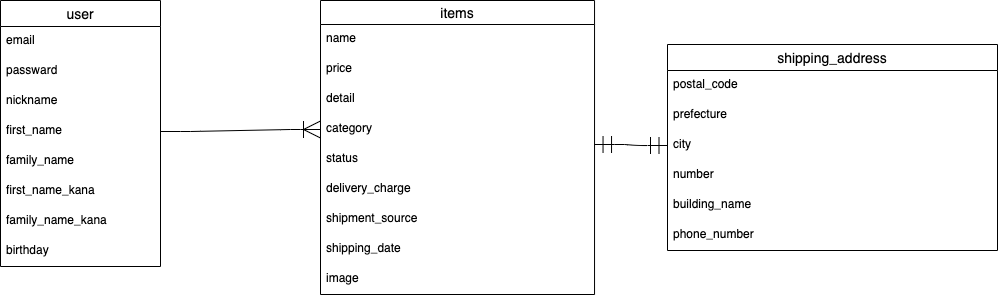
neeee22/furima-35953 keeps this draw.io diagram as entity.dio.png. Above is the earlier version. Source tidied: cells renumbered, new cells last; positions are measured from the earlier drawing's top-left corner, leaving out a move shared by most shapes. Source of this version:
```xml
<mxGraphModel>
  <root>
    <mxCell id="0" />
    <mxCell id="1" parent="0" />
    <mxCell id="2" value="user" style="swimlane;fontStyle=0;horizontal=1;startSize=26;align=center;fontSize=14;" parent="1" vertex="1">
      <mxGeometry width="160" height="266" as="geometry" />
    </mxCell>
    <mxCell id="3" value="email" style="text;strokeColor=none;fillColor=none;spacingLeft=4;spacingRight=4;overflow=hidden;fontSize=12;" parent="2" vertex="1">
      <mxGeometry y="26" width="160" height="30" as="geometry" />
    </mxCell>
    <mxCell id="4" value="passward" style="text;strokeColor=none;fillColor=none;spacingLeft=4;spacingRight=4;overflow=hidden;fontSize=12;" parent="2" vertex="1">
      <mxGeometry y="56" width="160" height="30" as="geometry" />
    </mxCell>
    <mxCell id="5" value="nickname" style="text;strokeColor=none;fillColor=none;spacingLeft=4;spacingRight=4;overflow=hidden;fontSize=12;" parent="2" vertex="1">
      <mxGeometry y="86" width="160" height="30" as="geometry" />
    </mxCell>
    <mxCell id="6" value="first_name" style="text;strokeColor=none;fillColor=none;spacingLeft=4;spacingRight=4;overflow=hidden;points=[[0,0.5],[1,0.5]];portConstraint=eastwest;fontSize=12;" parent="2" vertex="1">
      <mxGeometry y="116" width="160" height="30" as="geometry" />
    </mxCell>
    <mxCell id="7" value="family_name" style="text;strokeColor=none;fillColor=none;spacingLeft=4;spacingRight=4;overflow=hidden;fontSize=12;" parent="2" vertex="1">
      <mxGeometry y="146" width="160" height="30" as="geometry" />
    </mxCell>
    <mxCell id="8" value="first_name_kana" style="text;strokeColor=none;fillColor=none;spacingLeft=4;spacingRight=4;overflow=hidden;fontSize=12;" parent="2" vertex="1">
      <mxGeometry y="176" width="160" height="30" as="geometry" />
    </mxCell>
    <mxCell id="9" value="family_name_kana" style="text;strokeColor=none;fillColor=none;spacingLeft=4;spacingRight=4;overflow=hidden;fontSize=12;" parent="2" vertex="1">
      <mxGeometry y="206" width="160" height="30" as="geometry" />
    </mxCell>
    <mxCell id="10" value="birthday" style="text;strokeColor=none;fillColor=none;spacingLeft=4;spacingRight=4;overflow=hidden;fontSize=12;" parent="2" vertex="1">
      <mxGeometry y="236" width="160" height="30" as="geometry" />
    </mxCell>
    <mxCell id="11" value="items" style="swimlane;fontStyle=0;horizontal=1;startSize=24;align=center;fontSize=14;" parent="1" vertex="1">
      <mxGeometry x="320" width="274" height="294" as="geometry" />
    </mxCell>
    <mxCell id="12" value="name" style="text;strokeColor=none;fillColor=none;spacingLeft=4;spacingRight=4;overflow=hidden;fontSize=12;" parent="11" vertex="1">
      <mxGeometry y="24" width="274" height="30" as="geometry" />
    </mxCell>
    <mxCell id="13" value="price" style="text;strokeColor=none;fillColor=none;spacingLeft=4;spacingRight=4;overflow=hidden;fontSize=12;" parent="11" vertex="1">
      <mxGeometry y="54" width="274" height="30" as="geometry" />
    </mxCell>
    <mxCell id="14" value="detail" style="text;strokeColor=none;fillColor=none;spacingLeft=4;spacingRight=4;overflow=hidden;fontSize=12;" parent="11" vertex="1">
      <mxGeometry y="84" width="274" height="30" as="geometry" />
    </mxCell>
    <mxCell id="15" value="category" style="text;strokeColor=none;fillColor=none;spacingLeft=4;spacingRight=4;overflow=hidden;points=[[0,0.5],[1,0.5]];portConstraint=eastwest;fontSize=12;" parent="11" vertex="1">
      <mxGeometry y="114" width="274" height="30" as="geometry" />
    </mxCell>
    <mxCell id="16" value="status" style="text;strokeColor=none;fillColor=none;spacingLeft=4;spacingRight=4;overflow=hidden;points=[[0,0.5],[1,0.5]];portConstraint=eastwest;fontSize=12;" parent="11" vertex="1">
      <mxGeometry y="144" width="274" height="30" as="geometry" />
    </mxCell>
    <mxCell id="17" value="delivery_charge" style="text;strokeColor=none;fillColor=none;spacingLeft=4;spacingRight=4;overflow=hidden;fontSize=12;" parent="11" vertex="1">
      <mxGeometry y="174" width="274" height="30" as="geometry" />
    </mxCell>
    <mxCell id="18" value="shipment_source" style="text;strokeColor=none;fillColor=none;spacingLeft=4;spacingRight=4;overflow=hidden;fontSize=12;" parent="11" vertex="1">
      <mxGeometry y="204" width="274" height="30" as="geometry" />
    </mxCell>
    <mxCell id="19" value="shipping_date" style="text;strokeColor=none;fillColor=none;spacingLeft=4;spacingRight=4;overflow=hidden;fontSize=12;" parent="11" vertex="1">
      <mxGeometry y="234" width="274" height="30" as="geometry" />
    </mxCell>
    <mxCell id="20" value="image" style="text;strokeColor=none;fillColor=none;spacingLeft=4;spacingRight=4;overflow=hidden;fontSize=12;" parent="11" vertex="1">
      <mxGeometry y="264" width="274" height="30" as="geometry" />
    </mxCell>
    <mxCell id="21" value="shipping_address" style="swimlane;fontStyle=0;horizontal=1;startSize=26;align=center;fontSize=14;" parent="1" vertex="1">
      <mxGeometry x="667" y="44" width="330" height="206" as="geometry" />
    </mxCell>
    <mxCell id="22" value="postal_code" style="text;strokeColor=none;fillColor=none;spacingLeft=4;spacingRight=4;overflow=hidden;fontSize=12;" parent="21" vertex="1">
      <mxGeometry y="26" width="330" height="30" as="geometry" />
    </mxCell>
    <mxCell id="23" value="prefecture" style="text;strokeColor=none;fillColor=none;spacingLeft=4;spacingRight=4;overflow=hidden;fontSize=12;" parent="21" vertex="1">
      <mxGeometry y="56" width="330" height="30" as="geometry" />
    </mxCell>
    <mxCell id="24" value="city" style="text;strokeColor=none;fillColor=none;spacingLeft=4;spacingRight=4;overflow=hidden;points=[[0,0.5],[1,0.5]];portConstraint=eastwest;fontSize=12;" parent="21" vertex="1">
      <mxGeometry y="86" width="330" height="30" as="geometry" />
    </mxCell>
    <mxCell id="25" value="number" style="text;strokeColor=none;fillColor=none;spacingLeft=4;spacingRight=4;overflow=hidden;fontSize=12;" parent="21" vertex="1">
      <mxGeometry y="116" width="330" height="30" as="geometry" />
    </mxCell>
    <mxCell id="26" value="building_name" style="text;strokeColor=none;fillColor=none;spacingLeft=4;spacingRight=4;overflow=hidden;fontSize=12;" parent="21" vertex="1">
      <mxGeometry y="146" width="330" height="30" as="geometry" />
    </mxCell>
    <mxCell id="27" value="phone_number" style="text;strokeColor=none;fillColor=none;spacingLeft=4;spacingRight=4;overflow=hidden;fontSize=12;" parent="21" vertex="1">
      <mxGeometry y="176" width="330" height="30" as="geometry" />
    </mxCell>
    <mxCell id="28" style="edgeStyle=entityRelationEdgeStyle;fontSize=12;html=1;endArrow=ERoneToMany;startSize=15;endSize=15;targetPerimeterSpacing=0;strokeWidth=1;exitX=1;exitY=0.5;exitDx=0;exitDy=0;entryX=0;entryY=0.5;entryDx=0;entryDy=0;jumpSize=6;" parent="1" edge="1" source="6" target="15">
      <mxGeometry relative="1" as="geometry" />
    </mxCell>
    <mxCell id="29" style="edgeStyle=entityRelationEdgeStyle;fontSize=12;html=1;endArrow=ERmandOne;startArrow=ERmandOne;startSize=15;endSize=15;targetPerimeterSpacing=0;strokeWidth=1;exitX=0;exitY=0.5;exitDx=0;exitDy=0;entryX=1;entryY=0;entryDx=0;entryDy=0;entryPerimeter=0;" parent="1" edge="1" source="24" target="16">
      <mxGeometry relative="1" as="geometry" />
    </mxCell>
  </root>
</mxGraphModel>
```
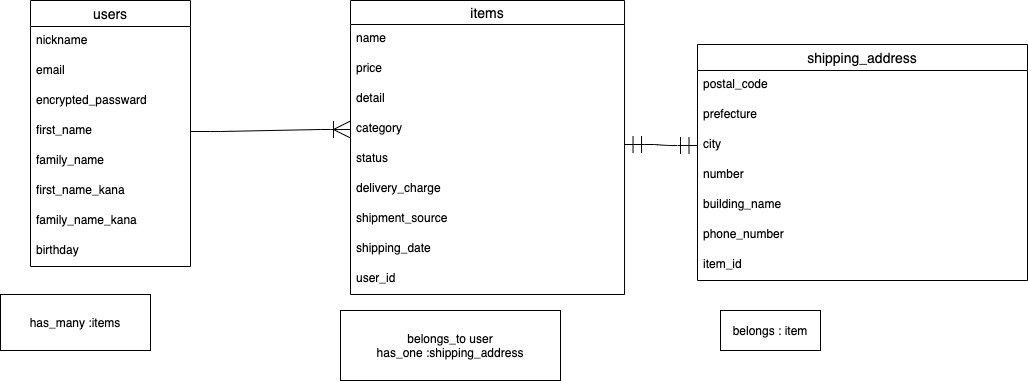
Later version of the same file.

The edit, as a diff of the source:
```diff
@@ -2,18 +2,18 @@
   <root>
     <mxCell id="0" />
     <mxCell id="1" parent="0" />
-    <mxCell id="2" value="user" style="swimlane;fontStyle=0;horizontal=1;startSize=26;align=center;fontSize=14;" parent="1" vertex="1">
+    <mxCell id="2" value="users" style="swimlane;fontStyle=0;horizontal=1;startSize=26;align=center;fontSize=14;" parent="1" vertex="1">
       <mxGeometry width="160" height="266" as="geometry" />
     </mxCell>
+    <mxCell id="5" value="nickname" style="text;strokeColor=none;fillColor=none;spacingLeft=4;spacingRight=4;overflow=hidden;fontSize=12;" parent="2" vertex="1">
+      <mxGeometry y="26" width="160" height="30" as="geometry" />
+    </mxCell>
     <mxCell id="3" value="email" style="text;strokeColor=none;fillColor=none;spacingLeft=4;spacingRight=4;overflow=hidden;fontSize=12;" parent="2" vertex="1">
-      <mxGeometry y="26" width="160" height="30" as="geometry" />
+      <mxGeometry y="56" width="160" height="30" as="geometry" />
     </mxCell>
-    <mxCell id="4" value="passward" style="text;strokeColor=none;fillColor=none;spacingLeft=4;spacingRight=4;overflow=hidden;fontSize=12;" parent="2" vertex="1">
-      <mxGeometry y="56" width="160" height="30" as="geometry" />
+    <mxCell id="4" value="encrypted_passward" style="text;strokeColor=none;fillColor=none;spacingLeft=4;spacingRight=4;overflow=hidden;fontSize=12;" parent="2" vertex="1">
+      <mxGeometry y="86" width="160" height="30" as="geometry" />
     </mxCell>
-    <mxCell id="5" value="nickname" style="text;strokeColor=none;fillColor=none;spacingLeft=4;spacingRight=4;overflow=hidden;fontSize=12;" parent="2" vertex="1">
-      <mxGeometry y="86" width="160" height="30" as="geometry" />
-    </mxCell>
     <mxCell id="6" value="first_name" style="text;strokeColor=none;fillColor=none;spacingLeft=4;spacingRight=4;overflow=hidden;points=[[0,0.5],[1,0.5]];portConstraint=eastwest;fontSize=12;" parent="2" vertex="1">
       <mxGeometry y="116" width="160" height="30" as="geometry" />
     </mxCell>
@@ -56,11 +56,11 @@
     <mxCell id="19" value="shipping_date" style="text;strokeColor=none;fillColor=none;spacingLeft=4;spacingRight=4;overflow=hidden;fontSize=12;" parent="11" vertex="1">
       <mxGeometry y="234" width="274" height="30" as="geometry" />
     </mxCell>
-    <mxCell id="20" value="image" style="text;strokeColor=none;fillColor=none;spacingLeft=4;spacingRight=4;overflow=hidden;fontSize=12;" parent="11" vertex="1">
-      <mxGeometry y="264" width="274" height="30" as="geometry" />
-    </mxCell>
+    <mxCell id="30" value="user_id" style="text;strokeColor=none;fillColor=none;spacingLeft=4;spacingRight=4;overflow=hidden;fontSize=12;" parent="11" vertex="1">
+      <mxGeometry y="264" width="274" height="30" as="geometry" />
+    </mxCell>
     <mxCell id="21" value="shipping_address" style="swimlane;fontStyle=0;horizontal=1;startSize=26;align=center;fontSize=14;" parent="1" vertex="1">
-      <mxGeometry x="667" y="44" width="330" height="206" as="geometry" />
+      <mxGeometry x="667" y="44" width="330" height="236" as="geometry" />
     </mxCell>
     <mxCell id="22" value="postal_code" style="text;strokeColor=none;fillColor=none;spacingLeft=4;spacingRight=4;overflow=hidden;fontSize=12;" parent="21" vertex="1">
       <mxGeometry y="26" width="330" height="30" as="geometry" />
@@ -80,11 +80,23 @@
     <mxCell id="27" value="phone_number" style="text;strokeColor=none;fillColor=none;spacingLeft=4;spacingRight=4;overflow=hidden;fontSize=12;" parent="21" vertex="1">
       <mxGeometry y="176" width="330" height="30" as="geometry" />
     </mxCell>
+    <mxCell id="31" value="item_id" style="text;strokeColor=none;fillColor=none;spacingLeft=4;spacingRight=4;overflow=hidden;fontSize=12;" parent="21" vertex="1">
+      <mxGeometry y="206" width="330" height="30" as="geometry" />
+    </mxCell>
     <mxCell id="28" style="edgeStyle=entityRelationEdgeStyle;fontSize=12;html=1;endArrow=ERoneToMany;startSize=15;endSize=15;targetPerimeterSpacing=0;strokeWidth=1;exitX=1;exitY=0.5;exitDx=0;exitDy=0;entryX=0;entryY=0.5;entryDx=0;entryDy=0;jumpSize=6;" parent="1" edge="1" source="6" target="15">
       <mxGeometry relative="1" as="geometry" />
     </mxCell>
     <mxCell id="29" style="edgeStyle=entityRelationEdgeStyle;fontSize=12;html=1;endArrow=ERmandOne;startArrow=ERmandOne;startSize=15;endSize=15;targetPerimeterSpacing=0;strokeWidth=1;exitX=0;exitY=0.5;exitDx=0;exitDy=0;entryX=1;entryY=0;entryDx=0;entryDy=0;entryPerimeter=0;" parent="1" edge="1" source="24" target="16">
       <mxGeometry relative="1" as="geometry" />
     </mxCell>
+    <mxCell id="32" value="has_many :items" style="whiteSpace=wrap;html=1;align=center;" parent="1" vertex="1">
+      <mxGeometry x="-30" y="294" width="150" height="56" as="geometry" />
+    </mxCell>
+    <mxCell id="33" value="belongs_to user&lt;br&gt;has_one :shipping_address" style="whiteSpace=wrap;html=1;align=center;" parent="1" vertex="1">
+      <mxGeometry x="310" y="310" width="220" height="70" as="geometry" />
+    </mxCell>
+    <mxCell id="34" value="belongs : item" style="whiteSpace=wrap;html=1;align=center;" parent="1" vertex="1">
+      <mxGeometry x="690" y="310" width="100" height="40" as="geometry" />
+    </mxCell>
   </root>
 </mxGraphModel>
```
